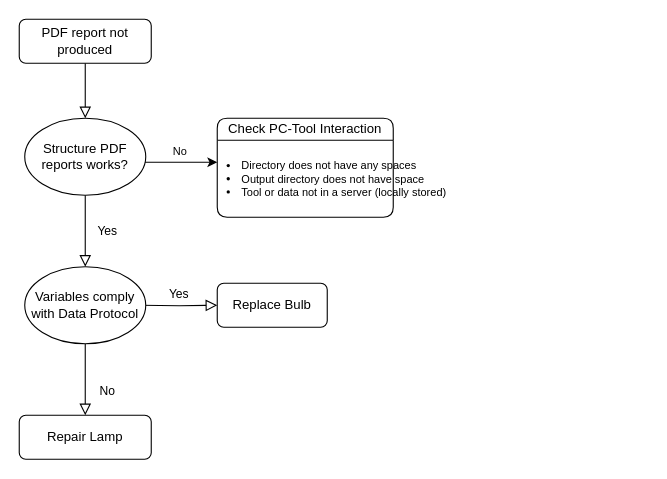
The draw.io diagram Untitled Diagram.drawio in briceno-rosas/ESS-Interim-Dataset, before the edit. Source tidied: cells renumbered, new cells numbered last; positions are measured from the earlier drawing's top-left corner, leaving out a move shared by most shapes. Both pictures are drawn from the tidied source at 110%, with x=0, y=0 at pixel (19, 19).
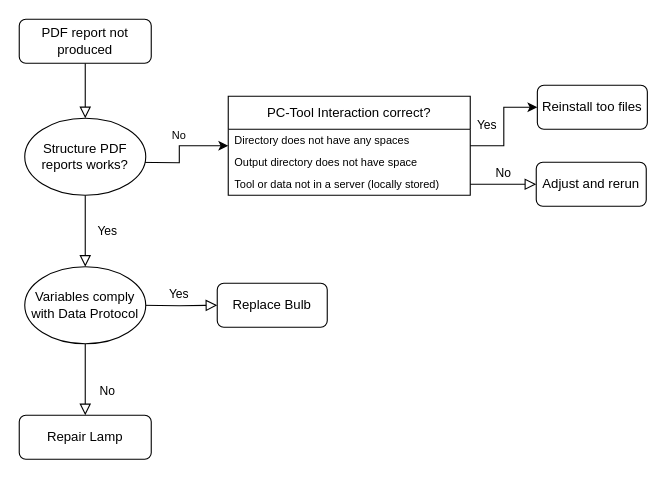
The same page after the edit.

Diff of the diagram source:
```diff
@@
-    <mxCell id="9" value="No" style="edgeStyle=orthogonalEdgeStyle;rounded=0;orthogonalLoop=1;jettySize=auto;html=1;fontSize=10;entryX=0;entryY=0.5;entryDx=0;entryDy=0;" parent="1" edge="1">
+    <mxCell id="9" value="No" style="edgeStyle=orthogonalEdgeStyle;rounded=0;jettySize=auto;html=1;fontSize=10;entryX=0;entryY=0.5;entryDx=0;entryDy=0;" parent="1" edge="1" target="16">
       <mxGeometry x="0.15" y="10" relative="1" as="geometry">
         <mxPoint x="100" y="130" as="sourcePoint" />
-        <mxPoint x="180" y="130" as="targetPoint" />
       </mxGeometry>
     </mxCell>
@@
-    <mxCell id="13" value="&lt;span style=&quot;font-weight: 400;&quot;&gt;Check PC-Tool Interaction&lt;/span&gt;" style="swimlane;whiteSpace=wrap;html=1;rounded=1;fontSize=12;startSize=20;arcSize=15;" parent="1" vertex="1">
-      <mxGeometry x="180" y="90" width="160" height="90" as="geometry" />
-    </mxCell>
-    <mxCell id="14" value="&lt;ul&gt;&lt;li style=&quot;font-size: 10px; text-align: left;&quot;&gt;Directory does not have any spaces&lt;/li&gt;&lt;li style=&quot;text-align: left; font-size: 10px;&quot;&gt;Output directory does not have space&lt;/li&gt;&lt;li&gt;&lt;div style=&quot;text-align: left;&quot;&gt;Tool or data not in a server (locally stored)&lt;/div&gt;&lt;/li&gt;&lt;/ul&gt;" style="text;html=1;align=center;verticalAlign=middle;fillColor=none;strokeColor=none;rounded=0;fontSize=10;labelPosition=center;verticalLabelPosition=middle;" parent="1" vertex="1">
-      <mxGeometry x="150" y="110" width="250" height="70" as="geometry" />
-    </mxCell>
+    <mxCell id="15" value="Yes" style="edgeStyle=orthogonalEdgeStyle;rounded=0;jettySize=auto;html=1;entryX=0;entryY=0.5;entryDx=0;entryDy=0;" parent="1" edge="1" source="16" target="20">
+      <mxGeometry x="0.07" y="11" relative="1" as="geometry">
+        <mxPoint x="-5" y="1" as="offset" />
+      </mxGeometry>
+    </mxCell>
+    <mxCell id="16" value="PC-Tool Interaction correct?" style="swimlane;fontStyle=0;horizontal=1;startSize=30;whiteSpace=wrap;html=1;" parent="1" vertex="1">
+      <mxGeometry x="190" y="70" width="220" height="90" as="geometry" />
+    </mxCell>
+    <mxCell id="17" value="&lt;span style=&quot;font-size: 10px;&quot;&gt;Directory does not have any spaces&lt;/span&gt;" style="text;strokeColor=none;fillColor=none;align=left;verticalAlign=middle;spacingLeft=4;spacingRight=4;overflow=hidden;whiteSpace=wrap;html=1;" parent="16" vertex="1">
+      <mxGeometry y="30" width="220" height="20" as="geometry" />
+    </mxCell>
+    <mxCell id="18" value="&lt;span style=&quot;font-size: 10px;&quot;&gt;Output directory does not have space&lt;/span&gt;" style="text;strokeColor=none;fillColor=none;align=left;verticalAlign=middle;spacingLeft=4;spacingRight=4;overflow=hidden;whiteSpace=wrap;html=1;" parent="16" vertex="1">
+      <mxGeometry y="50" width="220" height="20" as="geometry" />
+    </mxCell>
+    <mxCell id="19" value="&lt;span style=&quot;font-size: 10px;&quot;&gt;Tool or data not in a server (locally stored)&lt;/span&gt;" style="text;strokeColor=none;fillColor=none;align=left;verticalAlign=middle;spacingLeft=4;spacingRight=4;overflow=hidden;points=[[0,0.5],[1,0.5]];portConstraint=eastwest;whiteSpace=wrap;html=1;" parent="16" vertex="1">
+      <mxGeometry y="70" width="220" height="20" as="geometry" />
+    </mxCell>
+    <mxCell id="20" value="Reinstall too files" style="rounded=1;whiteSpace=wrap;html=1;fontSize=12;glass=0;strokeWidth=1;shadow=0;" parent="1" vertex="1">
+      <mxGeometry x="471" y="60" width="100" height="40" as="geometry" />
+    </mxCell>
+    <mxCell id="21" value="No" style="edgeStyle=orthogonalEdgeStyle;rounded=0;html=1;jettySize=auto;fontSize=11;endArrow=block;endFill=0;endSize=8;strokeWidth=1;shadow=0;labelBackgroundColor=none;exitX=1;exitY=0.5;exitDx=0;exitDy=0;" parent="1" edge="1" source="19" target="22">
+      <mxGeometry y="10" relative="1" as="geometry" />
+    </mxCell>
+    <mxCell id="22" value="Adjust and rerun" style="rounded=1;whiteSpace=wrap;html=1;fontSize=12;glass=0;strokeWidth=1;shadow=0;" parent="1" vertex="1">
+      <mxGeometry x="470" y="130" width="100" height="40" as="geometry" />
+    </mxCell>
```
